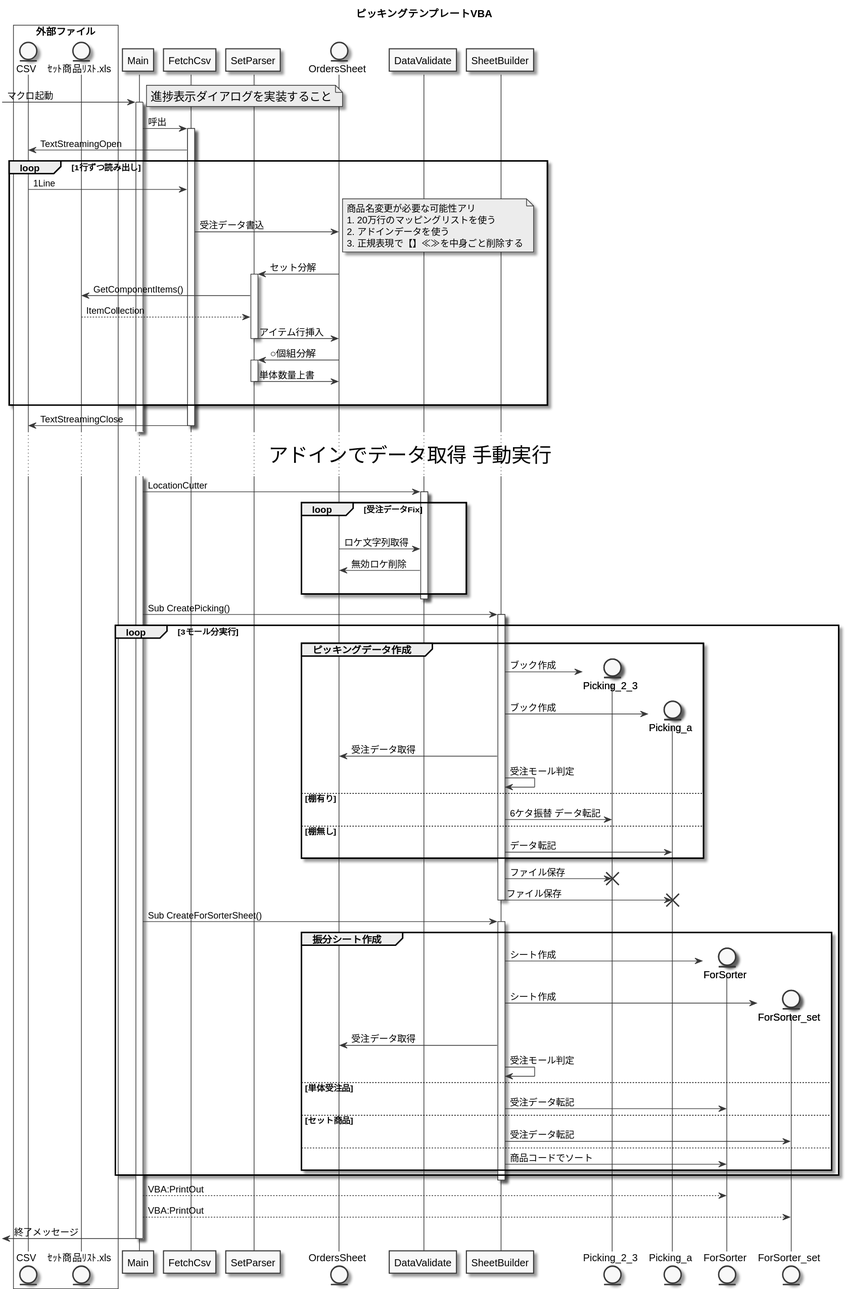
Above: docs/uml/picking_create_vba.svg in amunenaga/ec-backyard-macro (PlantUML), before the change. Its source is kept beside it as picking_create_vba.puml.
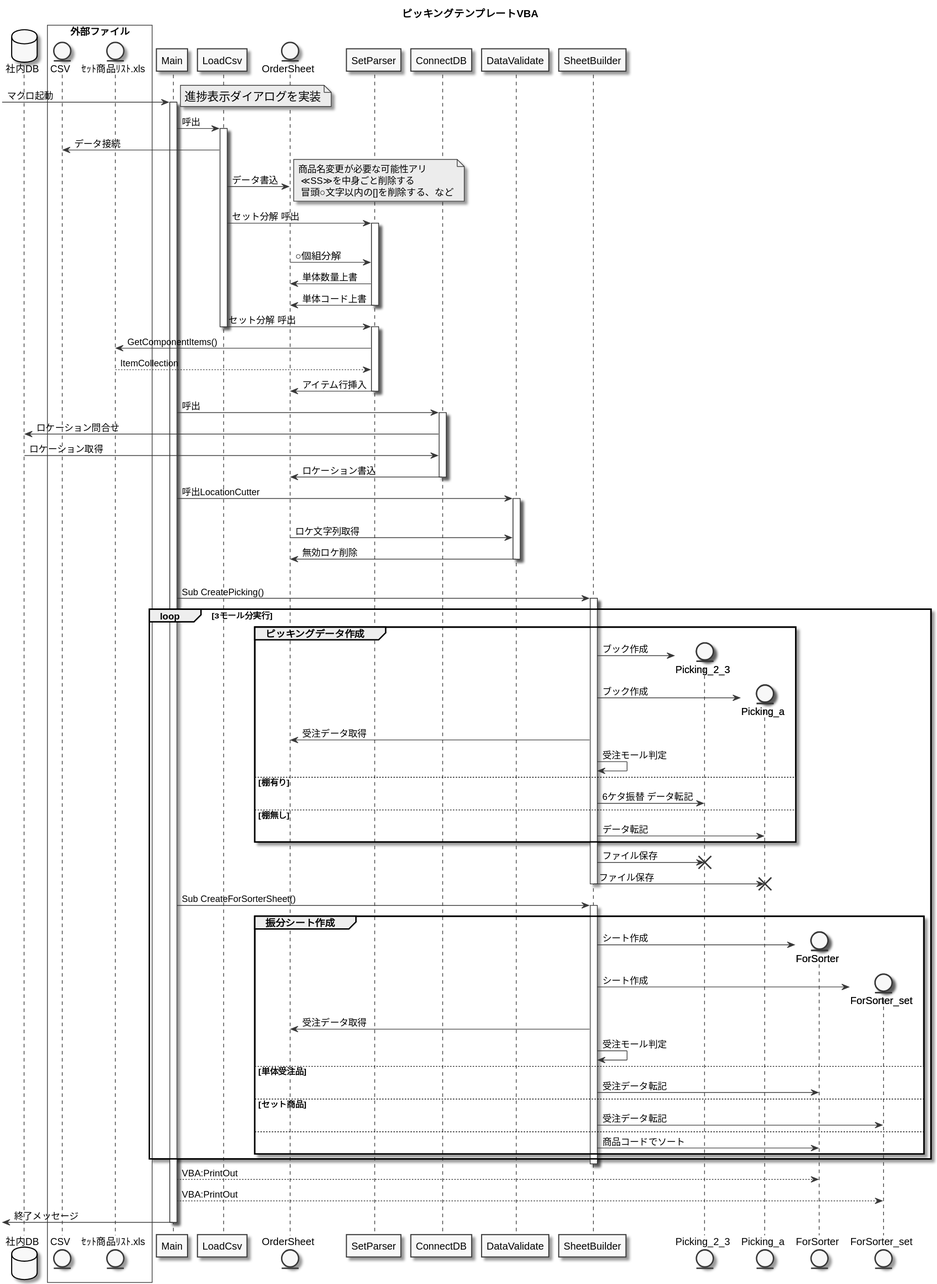
The same diagram one commit later.

Diff of the diagram source:
```diff
@@ -5,6 +5,7 @@
 
 title ピッキングテンプレートVBA
 
+database 社内DB
 
 box "外部ファイル" #white
     entity CSV
@@ -17,65 +18,68 @@
 activate Main
 
 note right
-  <size:16>進捗表示ダイアログを実装すること</size>
+  <size:16>進捗表示ダイアログを実装</size>
 end note
 
-Main -> FetchCsv : 呼出
-activate FetchCsv
+Main -> LoadCsv : 呼出
+activate LoadCsv
 
-CSV <- FetchCsv : TextStreamingOpen
+CSV <- LoadCsv : データ接続
+
+entity OrderSheet
+
+LoadCsv -> OrderSheet : データ書込
 
 participant SetParser
 
-Loop 1行ずつ読み出し
-    CSV -> FetchCsv : 1Line
+note right
+    商品名変更が必要な可能性アリ
+     ≪SS≫を中身ごと削除する
+     冒頭○文字以内の[]を削除する、など
+end note
 
-    entity OrdersSheet
-    FetchCsv -> OrdersSheet : 受注データ書込
+LoadCsv -> SetParser : セット分解 呼出
+|||
+activate SetParser
 
-    note right
-        商品名変更が必要な可能性アリ
-        1. 20万行のマッピングリストを使う
-        2. アドインデータを使う
-        3. 正規表現で【】≪≫を中身ごと削除する
-    end note
+SetParser <- OrderSheet :○個組分解
+SetParser -> OrderSheet : 単体数量上書
+SetParser -> OrderSheet : 単体コード上書
+deactivate SetParser
 
-    SetParser <- OrdersSheet : セット分解
+LoadCsv -> SetParser : セット分解 呼出
+deactivate LoadCsv
+activate SetParser
 
-    activate SetParser
-        ｾｯﾄ商品ﾘｽﾄ.xls <- SetParser : GetComponentItems()
-        ｾｯﾄ商品ﾘｽﾄ.xls --> SetParser : ItemCollection
+ｾｯﾄ商品ﾘｽﾄ.xls <- SetParser : GetComponentItems()
+ｾｯﾄ商品ﾘｽﾄ.xls --> SetParser : ItemCollection
 
-        SetParser -> OrdersSheet : アイテム行挿入
+SetParser -> OrderSheet : アイテム行挿入
 
-    deactivate SetParser
+deactivate SetParser
 
-    SetParser <- OrdersSheet :○個組分解
-    activate SetParser
-        SetParser -> OrdersSheet : 単体数量上書
-    deactivate SetParser
+Main -> ConnectDB : 呼出
+activate ConnectDB
+社内DB <- ConnectDB : ロケーション問合せ
+社内DB -> ConnectDB :ロケーション取得
+OrderSheet <- ConnectDB : ロケーション書込
+deactivate ConnectDB
 
-    |||
-    end loop
 
-CSV <- FetchCsv : TextStreamingClose
-deactivate FetchCsv
-
-... <size:28>アドインでデータ取得 手動実行</size> ...
 
 participant DataValidate
 
-    Main -> DataValidate : LocationCutter
+Main -> DataValidate : 呼出LocationCutter
 
-    activate DataValidate
+activate DataValidate
 
-    loop 受注データFix
-        |||
-        OrdersSheet -> DataValidate :ロケ文字列取得
-        OrdersSheet <- DataValidate :無効ロケ削除
-        |||
-    end
-    deactivate DataValidate
+|||
+OrderSheet -> DataValidate :ロケ文字列取得
+OrderSheet <- DataValidate :無効ロケ削除
+deactivate DataValidate
+|||
+
+deactivate DataValidate
 
 participant SheetBuilder
 
@@ -91,7 +95,7 @@
         create entity Picking_a
         SheetBuilder -> Picking_a : ブック作成
 
-        OrdersSheet <- SheetBuilder : 受注データ取得
+        OrderSheet <- SheetBuilder : 受注データ取得
 
         SheetBuilder -> SheetBuilder : 受注モール判定
 
@@ -118,7 +122,7 @@
         SheetBuilder -> ForSorter : シート作成
         create entity ForSorter_set
         SheetBuilder -> ForSorter_set : シート作成
-        OrdersSheet <- SheetBuilder : 受注データ取得
+        OrderSheet <- SheetBuilder : 受注データ取得
         SheetBuilder -> SheetBuilder : 受注モール判定
 
         else 単体受注品
```
